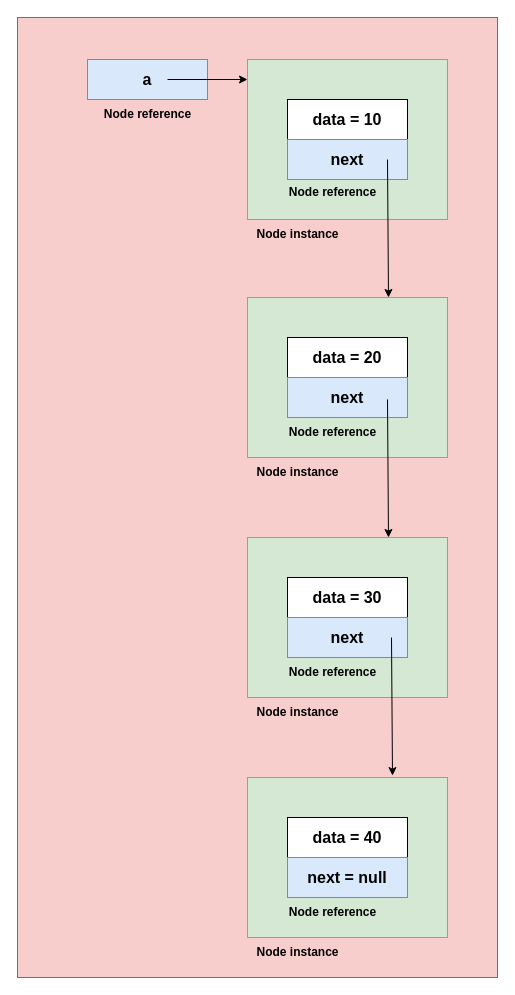
This is rds4.drawio from gaurav1780/drawdotio, a draw.io file, before an edit. Source tidied: cells renumbered, new cells numbered last; positions are measured from the earlier drawing's top-left corner, leaving out a move shared by most shapes. Both pictures are drawn from the tidied source at 100%, with x=0, y=0 at pixel (17, 17).
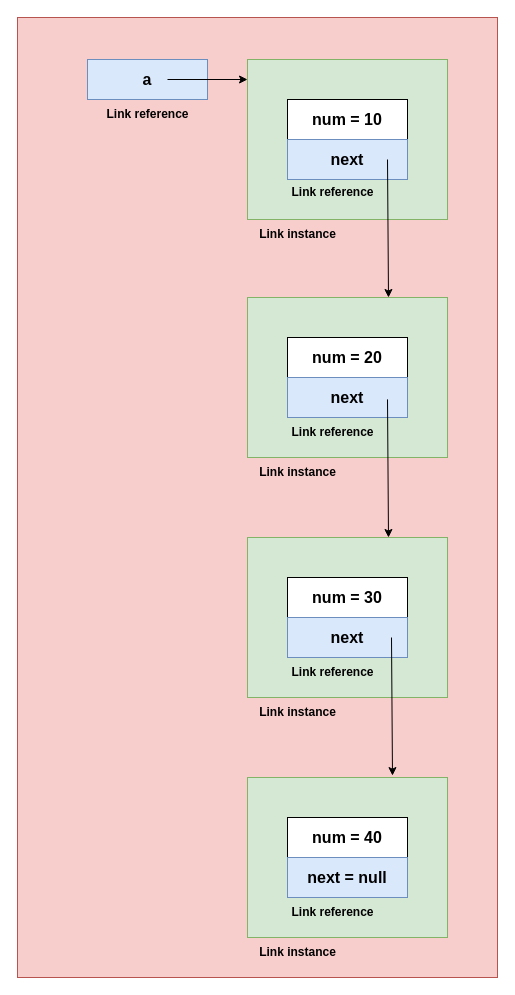
The same page after the edit.

The edit, as a diff of the source:
```diff
@@
-    <mxCell id="4" value="data = 20" style="rounded=0;whiteSpace=wrap;html=1;fontSize=16;fontStyle=1;" parent="1" vertex="1">
+    <mxCell id="4" value="num = 20" style="rounded=0;whiteSpace=wrap;html=1;fontSize=16;fontStyle=1;" parent="1" vertex="1">
       <mxGeometry x="270" y="320" width="120" height="40" as="geometry" />
     </mxCell>
@@
-    <mxCell id="8" value="data = 30" style="rounded=0;whiteSpace=wrap;html=1;fontSize=16;fontStyle=1;" parent="1" vertex="1">
+    <mxCell id="8" value="num = 30" style="rounded=0;whiteSpace=wrap;html=1;fontSize=16;fontStyle=1;" parent="1" vertex="1">
       <mxGeometry x="270" y="560" width="120" height="40" as="geometry" />
     </mxCell>
@@
-    <mxCell id="13" value="data = 10" style="rounded=0;whiteSpace=wrap;html=1;fontSize=16;fontStyle=1;" parent="1" vertex="1">
+    <mxCell id="13" value="num = 10" style="rounded=0;whiteSpace=wrap;html=1;fontSize=16;fontStyle=1;" parent="1" vertex="1">
       <mxGeometry x="270" y="82" width="120" height="40" as="geometry" />
     </mxCell>
@@
-    <mxCell id="16" value="Node reference" style="text;html=1;align=center;verticalAlign=middle;strokeColor=none;fillColor=none;fontStyle=1;" parent="1" vertex="1">
-      <mxGeometry x="75" y="82" width="110" height="30" as="geometry" />
+    <mxCell id="16" value="Link reference" style="text;html=1;align=center;verticalAlign=middle;strokeColor=none;fillColor=none;fontStyle=1;" parent="1" vertex="1">
+      <mxGeometry x="80" y="82" width="100" height="30" as="geometry" />
     </mxCell>
-    <mxCell id="17" value="Node instance" style="text;html=1;align=center;verticalAlign=middle;strokeColor=none;fillColor=none;fontStyle=1;" parent="1" vertex="1">
-      <mxGeometry x="230" y="202" width="100" height="30" as="geometry" />
+    <mxCell id="17" value="Link&amp;nbsp;instance" style="text;html=1;align=center;verticalAlign=middle;strokeColor=none;fillColor=none;fontStyle=1;" parent="1" vertex="1">
+      <mxGeometry x="235" y="202" width="90" height="30" as="geometry" />
     </mxCell>
-    <mxCell id="18" value="Node instance" style="text;html=1;align=center;verticalAlign=middle;strokeColor=none;fillColor=none;fontStyle=1;" parent="1" vertex="1">
-      <mxGeometry x="230" y="440" width="100" height="30" as="geometry" />
+    <mxCell id="18" value="Link&amp;nbsp;instance" style="text;html=1;align=center;verticalAlign=middle;strokeColor=none;fillColor=none;fontStyle=1;" parent="1" vertex="1">
+      <mxGeometry x="235" y="440" width="90" height="30" as="geometry" />
     </mxCell>
-    <mxCell id="19" value="Node instance" style="text;html=1;align=center;verticalAlign=middle;strokeColor=none;fillColor=none;fontStyle=1;" parent="1" vertex="1">
-      <mxGeometry x="230" y="680" width="100" height="30" as="geometry" />
+    <mxCell id="19" value="Link&amp;nbsp;instance" style="text;html=1;align=center;verticalAlign=middle;strokeColor=none;fillColor=none;fontStyle=1;" parent="1" vertex="1">
+      <mxGeometry x="235" y="680" width="90" height="30" as="geometry" />
     </mxCell>
-    <mxCell id="20" value="Node reference" style="text;html=1;align=center;verticalAlign=middle;strokeColor=none;fillColor=none;fontStyle=1;" parent="1" vertex="1">
-      <mxGeometry x="260" y="160" width="110" height="30" as="geometry" />
+    <mxCell id="20" value="Link&amp;nbsp;reference" style="text;html=1;align=center;verticalAlign=middle;strokeColor=none;fillColor=none;fontStyle=1;" parent="1" vertex="1">
+      <mxGeometry x="265" y="160" width="100" height="30" as="geometry" />
     </mxCell>
-    <mxCell id="21" value="Node reference" style="text;html=1;align=center;verticalAlign=middle;strokeColor=none;fillColor=none;fontStyle=1;" parent="1" vertex="1">
-      <mxGeometry x="260" y="400" width="110" height="30" as="geometry" />
+    <mxCell id="21" value="Link&amp;nbsp;reference" style="text;html=1;align=center;verticalAlign=middle;strokeColor=none;fillColor=none;fontStyle=1;" parent="1" vertex="1">
+      <mxGeometry x="265" y="400" width="100" height="30" as="geometry" />
     </mxCell>
-    <mxCell id="22" value="Node reference" style="text;html=1;align=center;verticalAlign=middle;strokeColor=none;fillColor=none;fontStyle=1;" parent="1" vertex="1">
-      <mxGeometry x="260" y="640" width="110" height="30" as="geometry" />
+    <mxCell id="22" value="Link&amp;nbsp;reference" style="text;html=1;align=center;verticalAlign=middle;strokeColor=none;fillColor=none;fontStyle=1;" parent="1" vertex="1">
+      <mxGeometry x="265" y="640" width="100" height="30" as="geometry" />
     </mxCell>
@@
-    <mxCell id="25" value="data = 40" style="rounded=0;whiteSpace=wrap;html=1;fontSize=16;fontStyle=1;" parent="1" vertex="1">
+    <mxCell id="25" value="num = 40" style="rounded=0;whiteSpace=wrap;html=1;fontSize=16;fontStyle=1;" parent="1" vertex="1">
       <mxGeometry x="270" y="800" width="120" height="40" as="geometry" />
     </mxCell>
@@
-    <mxCell id="27" value="Node instance" style="text;html=1;align=center;verticalAlign=middle;strokeColor=none;fillColor=none;fontStyle=1;" parent="1" vertex="1">
-      <mxGeometry x="230" y="920" width="100" height="30" as="geometry" />
+    <mxCell id="27" value="Link&amp;nbsp;instance" style="text;html=1;align=center;verticalAlign=middle;strokeColor=none;fillColor=none;fontStyle=1;" parent="1" vertex="1">
+      <mxGeometry x="235" y="920" width="90" height="30" as="geometry" />
     </mxCell>
-    <mxCell id="28" value="Node reference" style="text;html=1;align=center;verticalAlign=middle;strokeColor=none;fillColor=none;fontStyle=1;" parent="1" vertex="1">
-      <mxGeometry x="260" y="880" width="110" height="30" as="geometry" />
+    <mxCell id="28" value="Link&amp;nbsp;reference" style="text;html=1;align=center;verticalAlign=middle;strokeColor=none;fillColor=none;fontStyle=1;" parent="1" vertex="1">
+      <mxGeometry x="265" y="880" width="100" height="30" as="geometry" />
     </mxCell>
```
